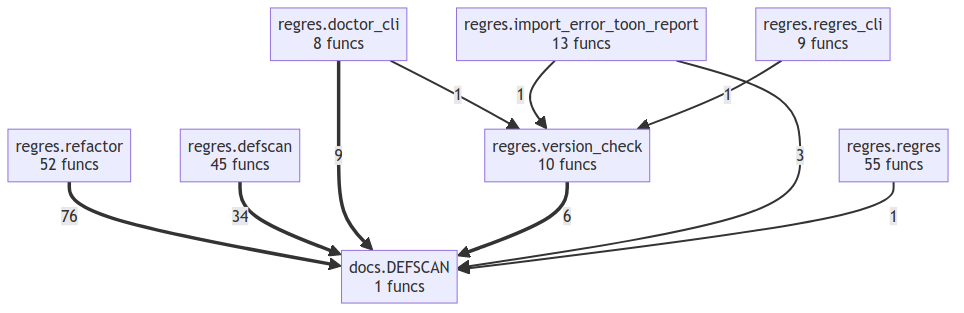
This is project/compact_flow.png from semcod/regres, a Mermaid export, as it was before one commit. Its source is kept beside it as project/compact_flow.mmd.
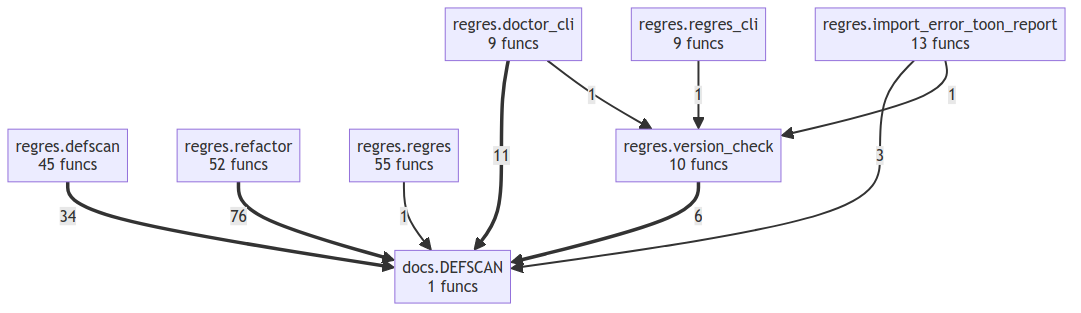
The same file after the commit.

What changed in the source:
```diff
@@ -1,7 +1,7 @@
 flowchart TD
     docs__DEFSCAN["docs.DEFSCAN<br/>1 funcs"]
     regres__defscan["regres.defscan<br/>45 funcs"]
-    regres__doctor_cli["regres.doctor_cli<br/>8 funcs"]
+    regres__doctor_cli["regres.doctor_cli<br/>9 funcs"]
     regres__import_error_toon_report["regres.import_error_toon_report<br/>13 funcs"]
     regres__refactor["regres.refactor<br/>52 funcs"]
     regres__regres["regres.regres<br/>55 funcs"]
@@ -9,10 +9,10 @@
     regres__version_check["regres.version_check<br/>10 funcs"]
     regres__refactor ==>|76| docs__DEFSCAN
     regres__defscan ==>|34| docs__DEFSCAN
-    regres__doctor_cli ==>|9| docs__DEFSCAN
+    regres__doctor_cli ==>|11| docs__DEFSCAN
     regres__version_check ==>|6| docs__DEFSCAN
     regres__import_error_toon_report -->|3| docs__DEFSCAN
     regres__regres -->|1| docs__DEFSCAN
-    regres__doctor_cli -->|1| regres__version_check
     regres__import_error_toon_report -->|1| regres__version_check
     regres__regres_cli -->|1| regres__version_check
+    regres__doctor_cli -->|1| regres__version_check
```
